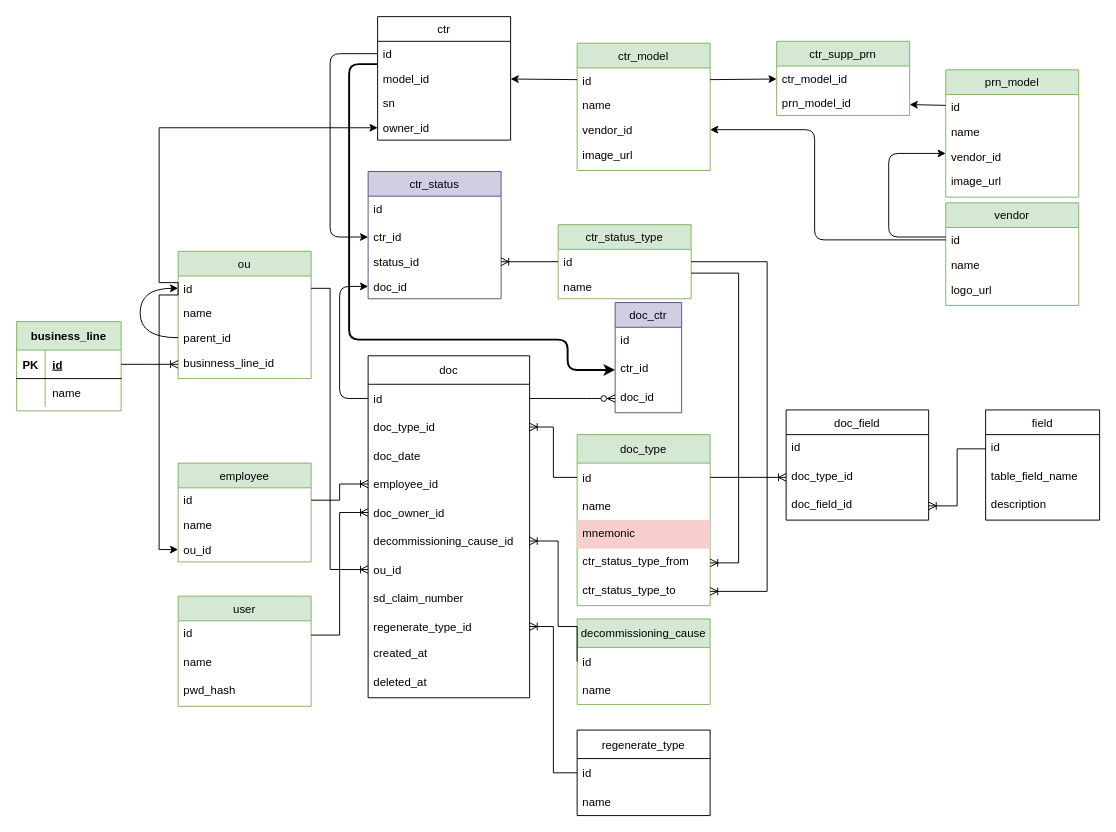
IgorTkachuk/caartridge_accounting keeps this draw.io diagram as page "Ent relationship" (1 of 2) of docs/cartridge_accounting.drawio. Above is the earlier version. Source tidied: cells renumbered, new cells numbered last; positions are measured from the earlier drawing's top-left corner, leaving out a move shared by most shapes. Both pictures are drawn from the tidied source at 95%, with x=0, y=0 at pixel (16, 16).
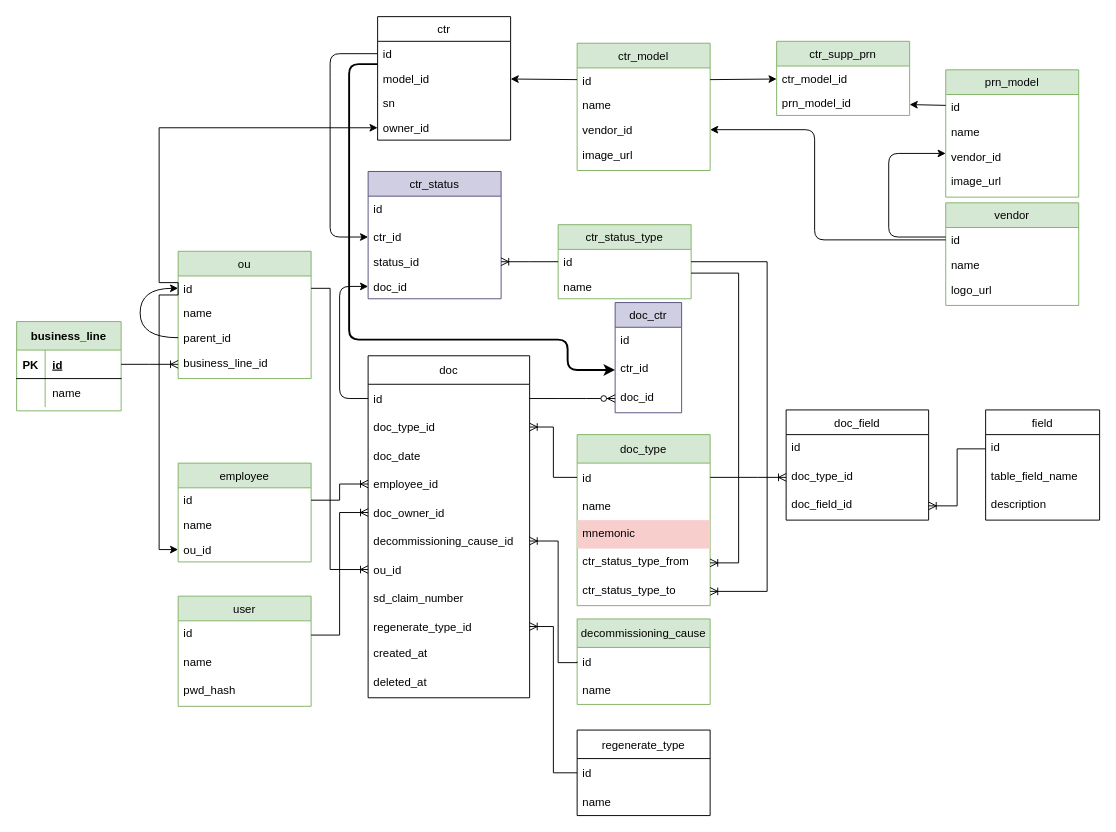
After the change.

Unchanged cells that the change refers to:
```xml
<mxCell id="36" value="ou" style="swimlane;fontStyle=0;horizontal=1;startSize=26;fillColor=#d5e8d4;strokeColor=#82b366;" parent="1" vertex="1">
  <mxGeometry x="170" y="247" width="140" height="134" as="geometry" />
</mxCell>
<mxCell id="57" value="decommissioning_cause_id" style="text;strokeColor=none;fillColor=none;align=left;verticalAlign=middle;spacingLeft=4;spacingRight=4;overflow=hidden;points=[[0,0.5],[1,0.5]];portConstraint=eastwest;" parent="51" vertex="1">
  <mxGeometry y="180" width="170" height="30" as="geometry" />
</mxCell>
<mxCell id="71" value="id" style="text;strokeColor=none;fillColor=none;align=left;verticalAlign=middle;spacingLeft=4;spacingRight=4;overflow=hidden;points=[[0,0.5],[1,0.5]];portConstraint=eastwest;" parent="70" vertex="1">
  <mxGeometry y="30" width="140" height="30" as="geometry" />
</mxCell>
```

What changed in the source:
```diff
@@
-    <mxCell id="41" value="businness_line_id" style="text;strokeColor=none;fillColor=none;spacingLeft=4;spacingRight=4;overflow=hidden;points=[[0,0.5],[1,0.5]];portConstraint=eastwest;fontSize=12;" parent="36" vertex="1">
+    <mxCell id="41" value="business_line_id" style="text;strokeColor=none;fillColor=none;spacingLeft=4;spacingRight=4;overflow=hidden;points=[[0,0.5],[1,0.5]];portConstraint=eastwest;fontSize=12;" parent="36" vertex="1">
       <mxGeometry y="104" width="140" height="30" as="geometry" />
     </mxCell>
@@
     <mxCell id="109" style="edgeStyle=orthogonalEdgeStyle;fontSize=12;html=1;endArrow=ERoneToMany;rounded=0;fontColor=#000000;exitX=0;exitY=0.5;exitDx=0;exitDy=0;" parent="1" edge="1" source="71" target="57">
       <mxGeometry relative="1" as="geometry">
         <Array as="points">
-          <mxPoint x="570" y="642" />
+          <mxPoint x="590" y="680" />
+          <mxPoint x="570" y="680" />
           <mxPoint x="570" y="552" />
         </Array>
       </mxGeometry>
     </mxCell>
```
